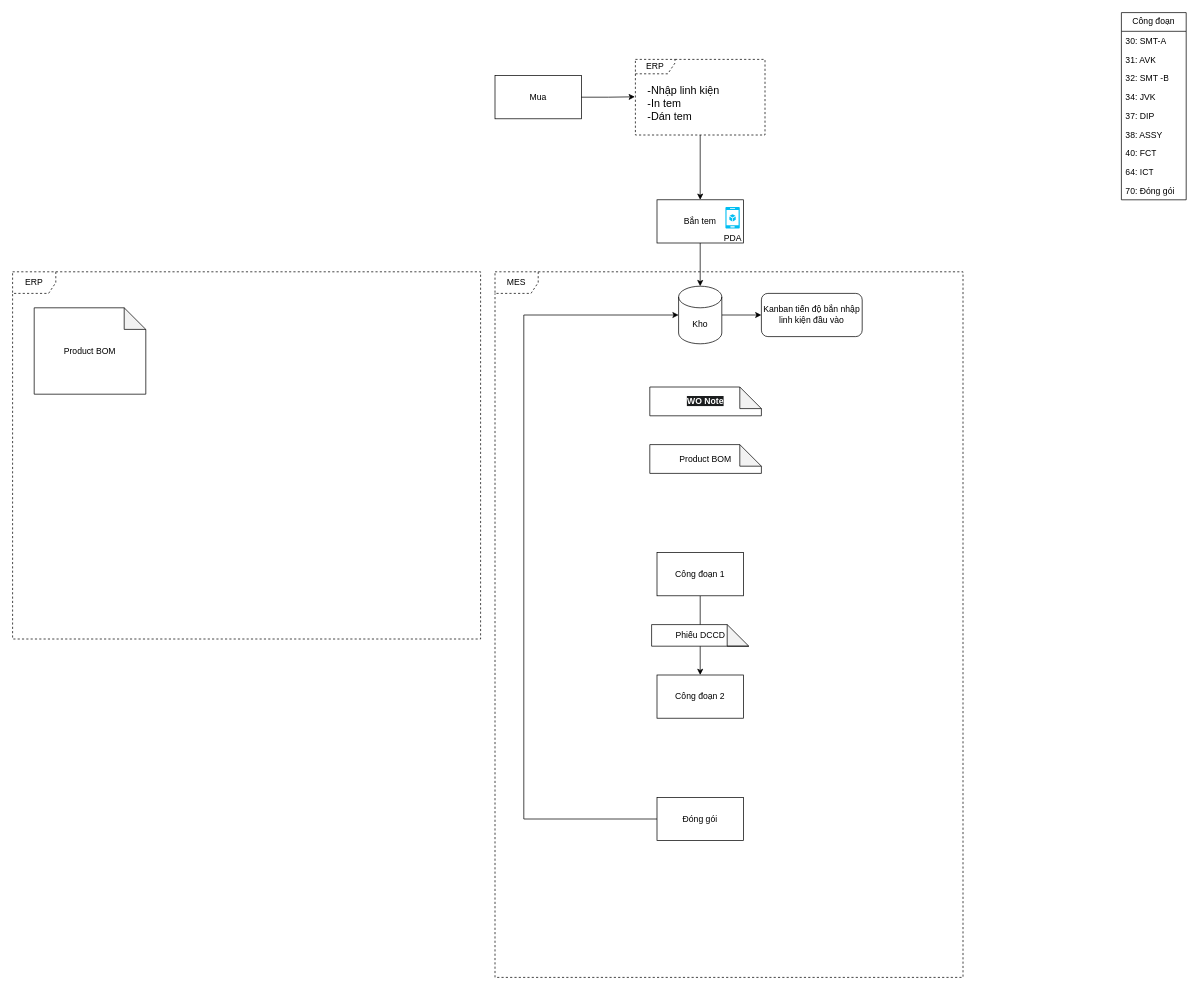
The draw.io diagram page "Page-1" (1 of 2) of Mes-erp.drawio in hainv8876/Doc, before the edit. Source tidied: cells renumbered, new cells numbered last; positions are measured from the earlier drawing's top-left corner, leaving out a move shared by most shapes. Both pictures are drawn from the tidied source at 72%, with x=0, y=0 at pixel (12, 12).
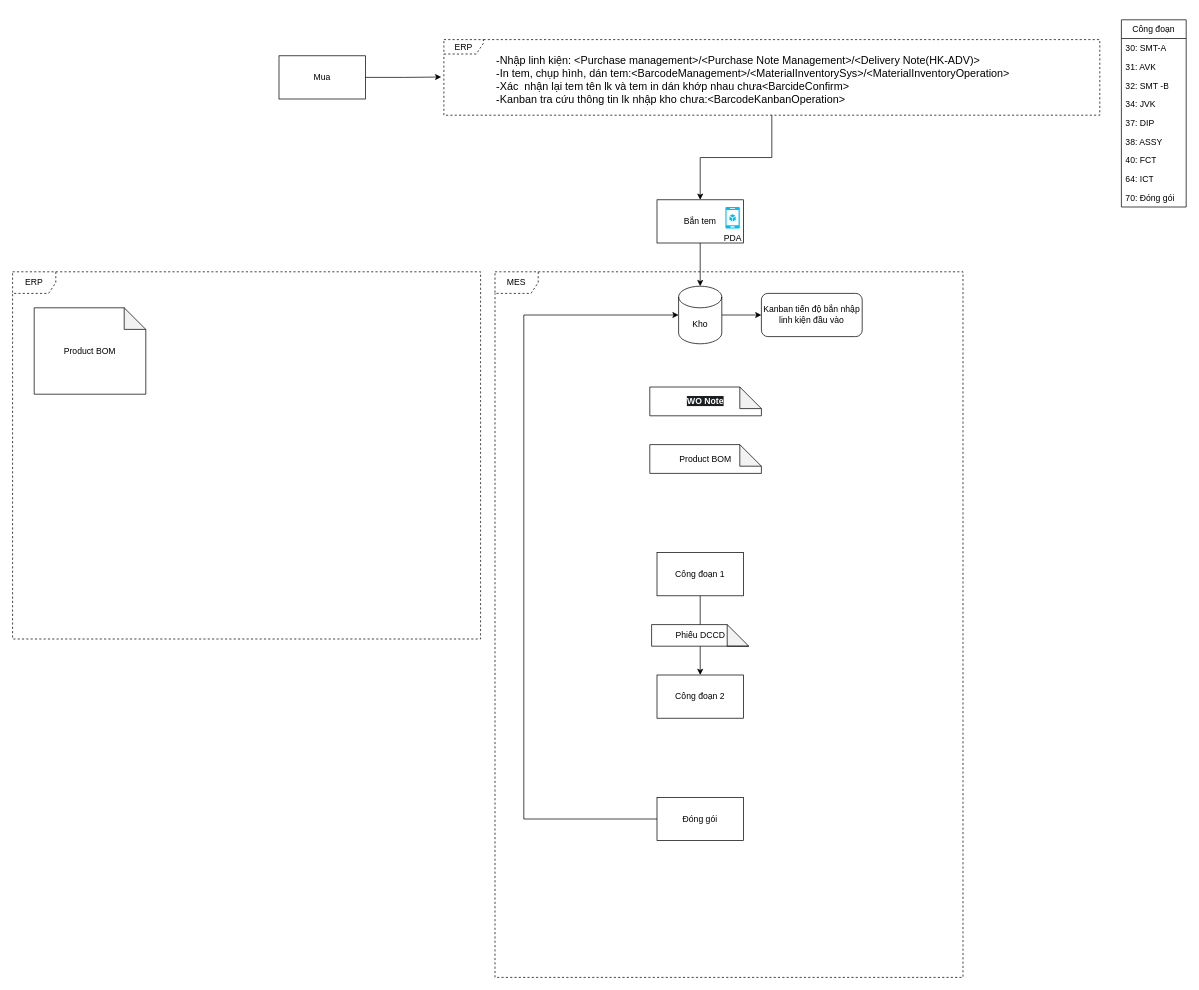
The same page after the edit.

Change to the diagram source:
```diff
@@
     <mxCell id="4" value="Mua" style="rounded=0;whiteSpace=wrap;html=1;" parent="1" vertex="1">
-      <mxGeometry x="670" y="87.5" width="120" height="60" as="geometry" />
+      <mxGeometry x="370" y="60" width="120" height="60" as="geometry" />
     </mxCell>
@@
     <mxCell id="6" value="ERP" style="shape=umlFrame;whiteSpace=wrap;html=1;dashed=1;width=55;height=20;" parent="1" vertex="1">
-      <mxGeometry x="865" y="65" width="180" height="105" as="geometry" />
+      <mxGeometry x="599" y="37.5" width="911" height="105" as="geometry" />
     </mxCell>
-    <mxCell id="7" value="-Nhập linh kiện&lt;br&gt;-In tem&lt;div&gt;-Dán tem&lt;/div&gt;" style="text;html=1;align=left;verticalAlign=middle;whiteSpace=wrap;rounded=0;fontSize=15;" parent="1" vertex="1">
-      <mxGeometry x="880" y="110" width="205" height="30" as="geometry" />
+    <mxCell id="7" value="-Nhập linh kiện: &amp;lt;Purchase management&amp;gt;/&amp;lt;Purchase Note Management&amp;gt;/&amp;lt;Delivery Note(HK-ADV)&amp;gt;&lt;br&gt;-In tem, chụp hình, dán tem:&amp;lt;BarcodeManagement&amp;gt;/&amp;lt;MaterialInventorySys&amp;gt;/&amp;lt;MaterialInventoryOperation&amp;gt;&lt;br&gt;-Xác&amp;nbsp; nhận lại tem tên lk và tem in dán khớp nhau chưa&amp;lt;BarcideConfirm&amp;gt;&lt;br&gt;-Kanban tra cứu thông tin lk nhập kho chưa:&amp;lt;BarcodeKanbanOperation&amp;gt;" style="text;html=1;align=left;verticalAlign=middle;whiteSpace=wrap;rounded=0;fontSize=15;" parent="1" vertex="1">
+      <mxGeometry x="670" y="42.5" width="830.8" height="100" as="geometry" />
     </mxCell>
@@
     <mxCell id="17" value="Công đoạn" style="swimlane;fontStyle=0;horizontal=1;startSize=26;fillColor=none;whiteSpace=wrap;html=1;" parent="1" vertex="1">
-      <mxGeometry x="1540" width="90" height="260" as="geometry" />
+      <mxGeometry x="1540" y="10" width="90" height="260" as="geometry" />
     </mxCell>
```
